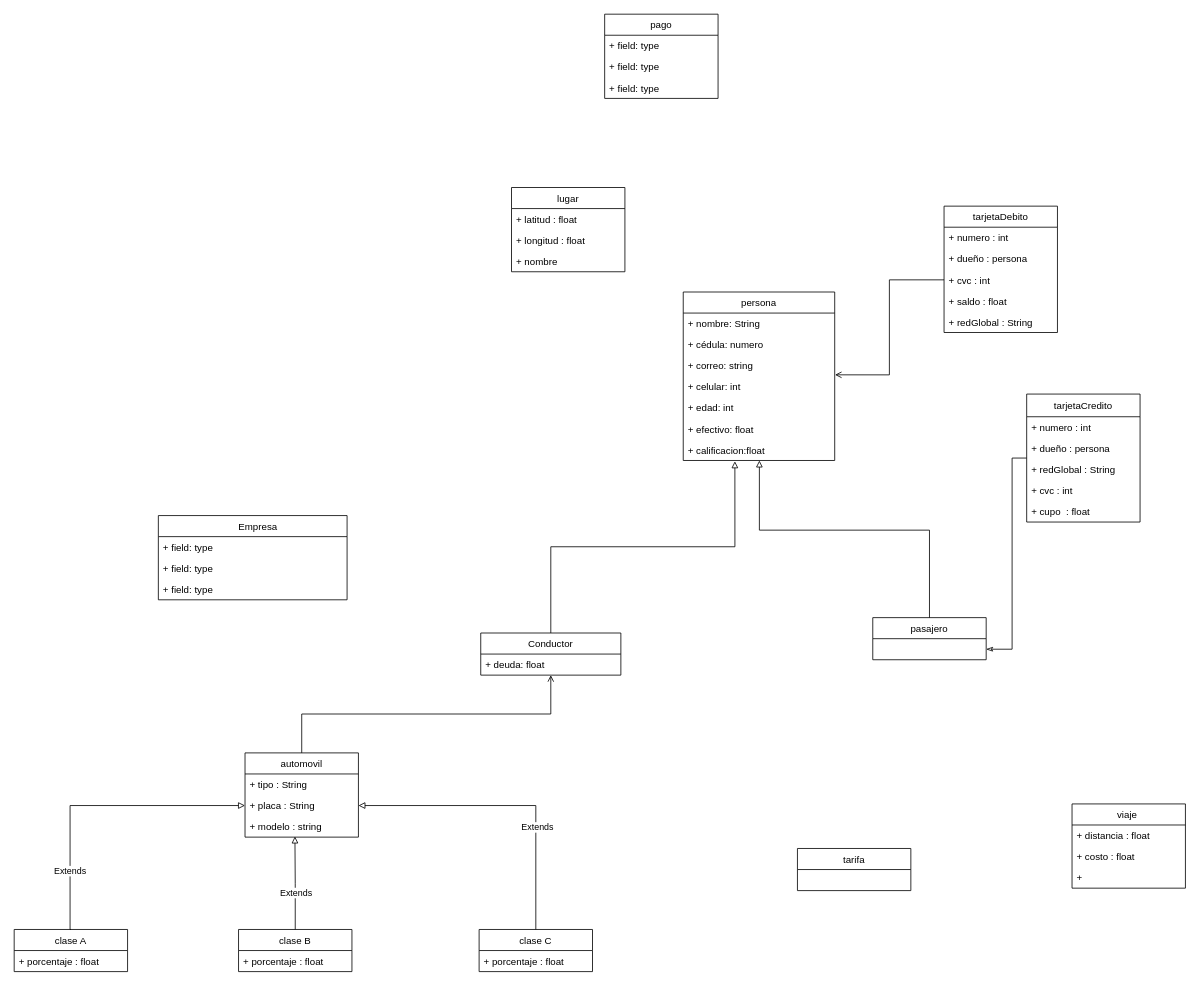
The draw.io diagram Untitled Diagram.drawio in DPOO2022-1-SEC04-G08/Taller2, before the edit. Source tidied: cells renumbered, new cells numbered last; positions are measured from the earlier drawing's top-left corner, leaving out a move shared by most shapes. Both pictures are drawn from the tidied source at 81%, with x=0, y=0 at pixel (14, 14).
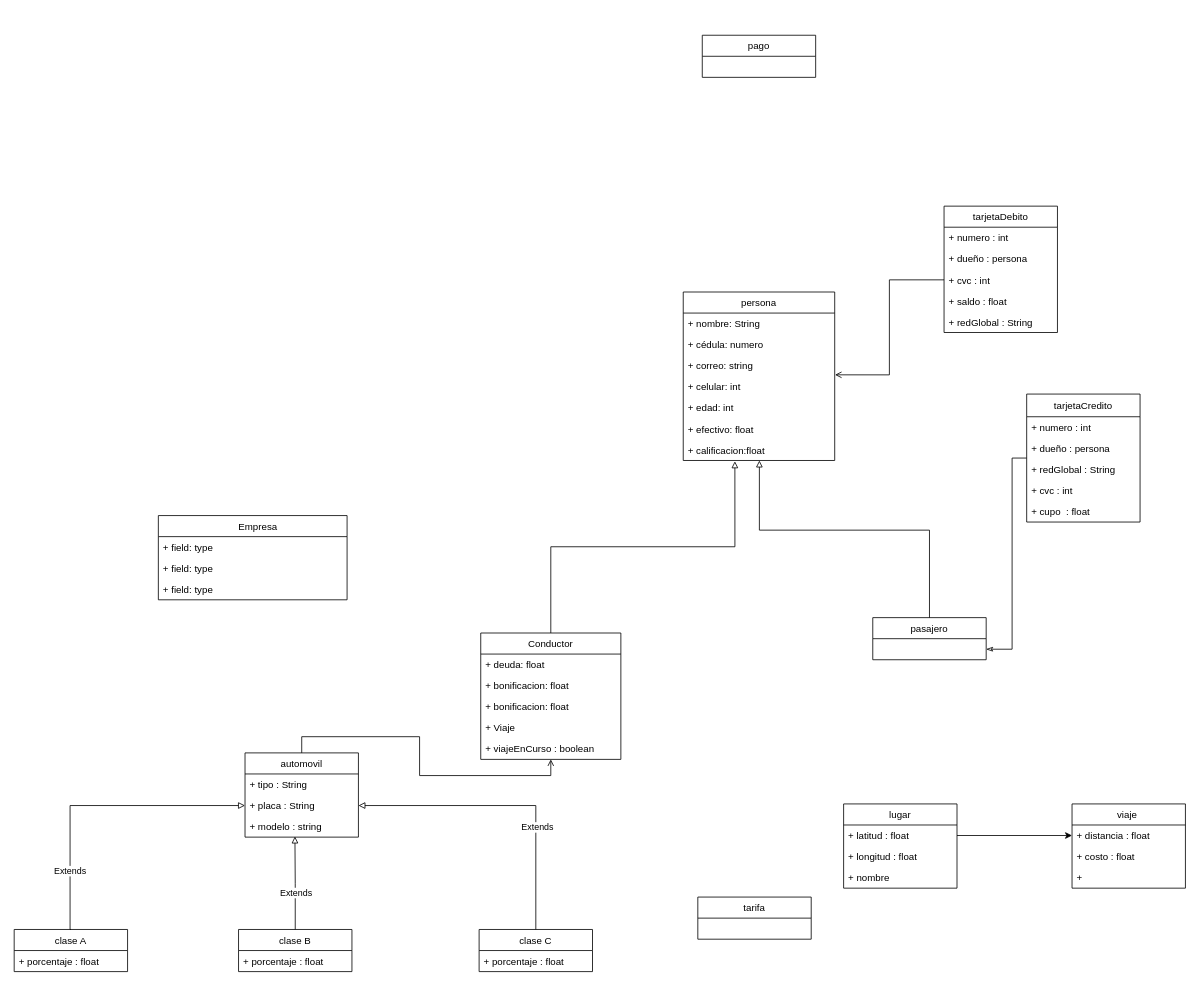
After the change.

The change refers to these unchanged cells:
```xml
<mxCell id="3" value="+ distancia : float" style="text;strokeColor=none;fillColor=none;align=left;verticalAlign=top;spacingLeft=4;spacingRight=4;overflow=hidden;points=[[0,0.5],[1,0.5]];portConstraint=eastwest;" parent="2" vertex="1">
  <mxGeometry y="26" width="140" height="26" as="geometry" />
</mxCell>
<mxCell id="27" value="+ latitud : float" style="text;strokeColor=none;fillColor=none;align=left;verticalAlign=top;spacingLeft=4;spacingRight=4;overflow=hidden;points=[[0,0.5],[1,0.5]];portConstraint=eastwest;" parent="26" vertex="1">
  <mxGeometry y="26" width="140" height="26" as="geometry" />
</mxCell>
```

The edit, as a diff of the source:
```diff
@@
     <mxCell id="24" value="Conductor" style="swimlane;fontStyle=0;horizontal=1;startSize=26;fillColor=none;" parent="1" vertex="1">
-      <mxGeometry x="576" y="764" width="173" height="52" as="geometry" />
+      <mxGeometry x="576" y="764" width="173" height="156" as="geometry" />
     </mxCell>
@@
+    <mxCell id="64" value="+ bonificacion: float&#10;" style="text;strokeColor=none;fillColor=none;align=left;verticalAlign=top;spacingLeft=4;spacingRight=4;overflow=hidden;" parent="24" vertex="1">
+      <mxGeometry y="52" width="173" height="26" as="geometry" />
+    </mxCell>
+    <mxCell id="65" value="+ bonificacion: float" style="text;strokeColor=none;fillColor=none;align=left;verticalAlign=top;spacingLeft=4;spacingRight=4;overflow=hidden;" parent="24" vertex="1">
+      <mxGeometry y="78" width="173" height="26" as="geometry" />
+    </mxCell>
+    <mxCell id="66" value="+ Viaje" style="text;strokeColor=none;fillColor=none;align=left;verticalAlign=top;spacingLeft=4;spacingRight=4;overflow=hidden;" parent="24" vertex="1">
+      <mxGeometry y="104" width="173" height="26" as="geometry" />
+    </mxCell>
+    <mxCell id="67" value="+ viajeEnCurso : boolean" style="text;strokeColor=none;fillColor=none;align=left;verticalAlign=top;spacingLeft=4;spacingRight=4;overflow=hidden;" parent="24" vertex="1">
+      <mxGeometry y="130" width="173" height="26" as="geometry" />
+    </mxCell>
     <mxCell id="26" value="lugar" style="swimlane;fontStyle=0;horizontal=1;startSize=26;fillColor=none;" parent="1" vertex="1">
-      <mxGeometry x="614" y="214" width="140" height="104" as="geometry" />
+      <mxGeometry x="1024" y="975" width="140" height="104" as="geometry" />
     </mxCell>
@@
     <mxCell id="30" value="pago" style="swimlane;fontStyle=0;horizontal=1;startSize=26;fillColor=none;" parent="1" vertex="1">
-      <mxGeometry x="729" width="140" height="104" as="geometry" />
+      <mxGeometry x="849.5" y="26" width="140" height="52" as="geometry" />
     </mxCell>
-    <mxCell id="31" value="+ field: type" style="text;strokeColor=none;fillColor=none;align=left;verticalAlign=top;spacingLeft=4;spacingRight=4;overflow=hidden;" parent="30" vertex="1">
-      <mxGeometry y="26" width="140" height="26" as="geometry" />
-    </mxCell>
-    <mxCell id="32" value="+ field: type" style="text;strokeColor=none;fillColor=none;align=left;verticalAlign=top;spacingLeft=4;spacingRight=4;overflow=hidden;" parent="30" vertex="1">
-      <mxGeometry y="52" width="140" height="26" as="geometry" />
-    </mxCell>
-    <mxCell id="33" value="+ field: type" style="text;strokeColor=none;fillColor=none;align=left;verticalAlign=top;spacingLeft=4;spacingRight=4;overflow=hidden;" parent="30" vertex="1">
-      <mxGeometry y="78" width="140" height="26" as="geometry" />
-    </mxCell>
@@
     <mxCell id="57" value="tarifa" style="swimlane;fontStyle=0;horizontal=1;startSize=26;fillColor=none;" parent="1" vertex="1">
-      <mxGeometry x="967" y="1030" width="140" height="52" as="geometry" />
+      <mxGeometry x="844" y="1090" width="140" height="52" as="geometry" />
     </mxCell>
@@
+    <mxCell id="68" style="endArrow=classic;html=1;rounded=0;entryX=0;entryY=0.5;entryDx=0;entryDy=0;exitX=1;exitY=0.5;exitDx=0;exitDy=0;" parent="1" edge="1" source="27" target="3">
+      <mxGeometry relative="1" as="geometry" />
+    </mxCell>
```
